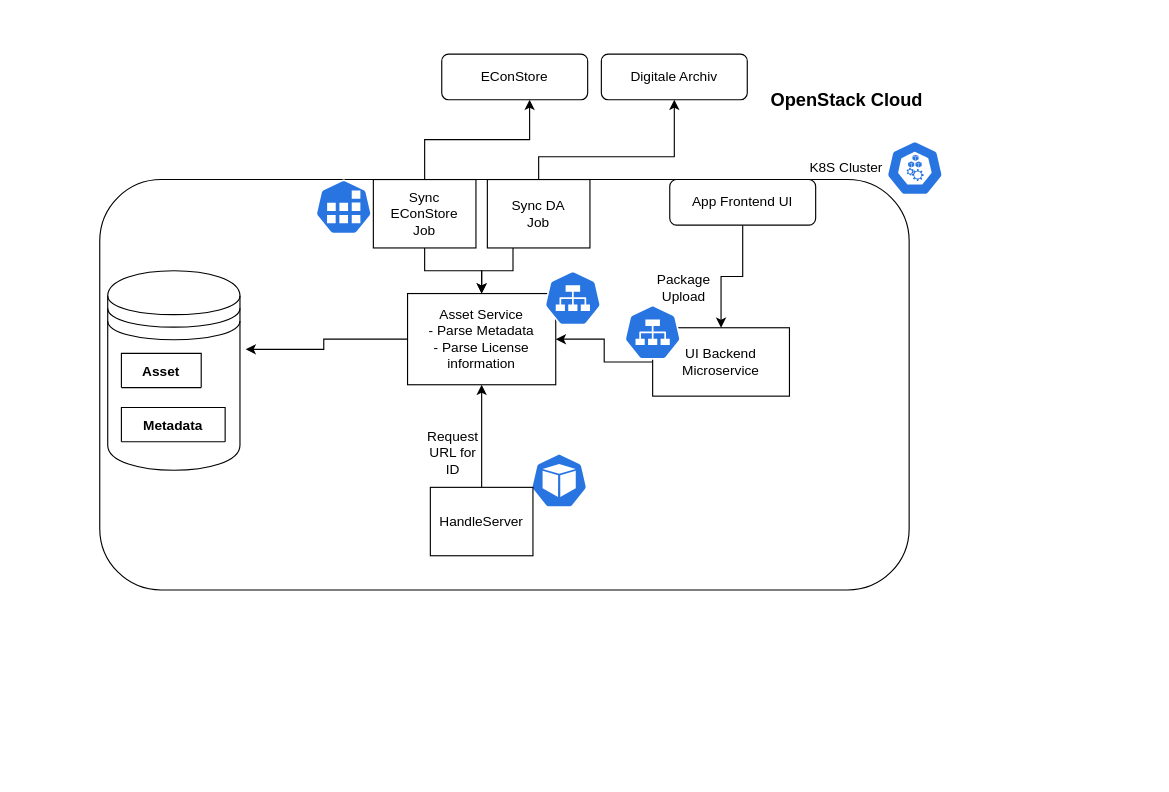
Earlier version of the draw.io diagram conception/design/architecture.drawio (zbw/lori). Source tidied: cells renumbered, new cells numbered last; positions are measured from the earlier drawing's top-left corner, leaving out a move shared by most shapes. Both pictures are drawn from the tidied source at 114%, with x=0, y=0 at pixel (99, 54).
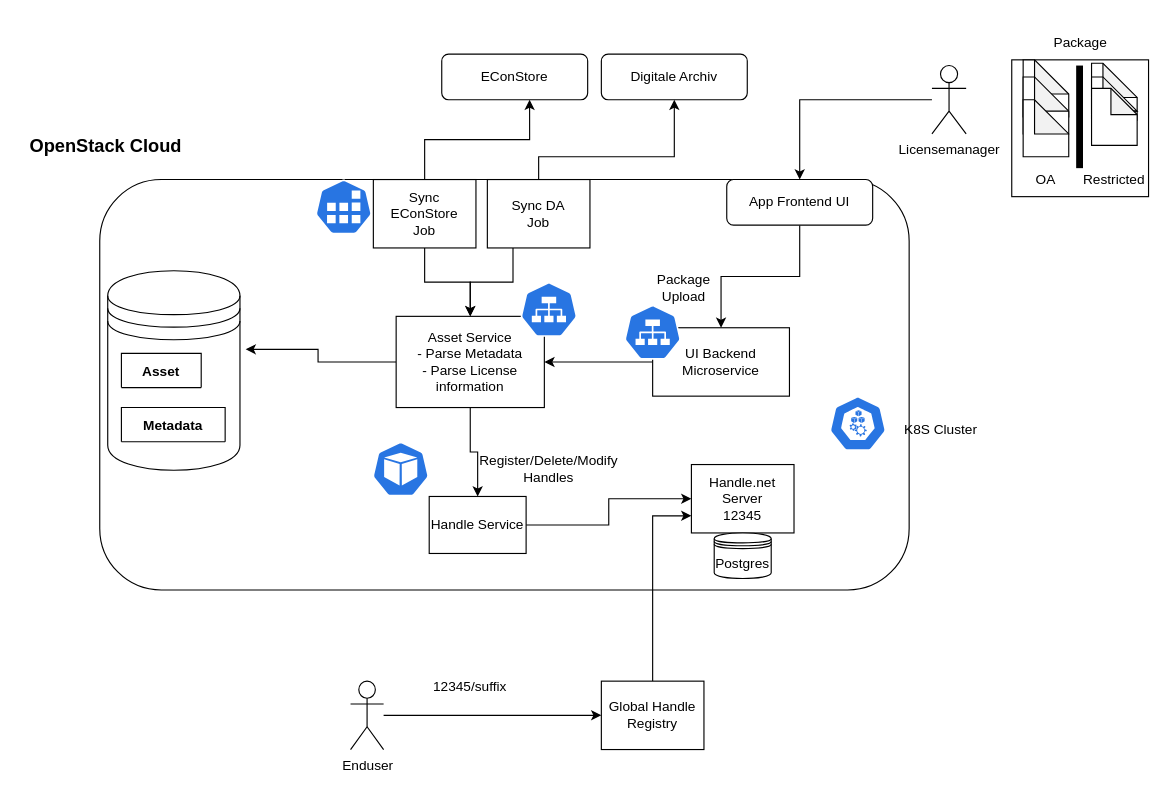
The same diagram, later.

Commit message:
Update conception draft

Diff of the diagram source:
```diff
@@
     <mxCell id="5" value="&lt;b&gt;&lt;font style=&quot;font-size: 16px&quot;&gt;OpenStack Cloud&lt;/font&gt;&lt;/b&gt;" style="text;html=1;align=center;verticalAlign=middle;strokeColor=none;" parent="1" vertex="1">
-      <mxGeometry x="580" y="30" width="150" height="20" as="geometry" />
+      <mxGeometry x="-70" y="70" width="150" height="20" as="geometry" />
     </mxCell>
@@
     <mxCell id="7" value="App Frontend UI" style="rounded=1;whiteSpace=wrap;html=1;" parent="1" vertex="1">
-      <mxGeometry x="500" y="110" width="128" height="40" as="geometry" />
+      <mxGeometry x="550" y="110" width="128" height="40" as="geometry" />
     </mxCell>
@@
-    <mxCell id="9" style="edgeStyle=orthogonalEdgeStyle;rounded=0;jettySize=auto;html=1;entryX=0.5;entryY=0;entryDx=0;entryDy=0;startArrow=classic;startFill=1;endArrow=none;endFill=0;" parent="1" edge="1" source="10" target="17">
-      <mxGeometry relative="1" as="geometry" />
-    </mxCell>
+    <mxCell id="31" style="edgeStyle=orthogonalEdgeStyle;rounded=0;jettySize=auto;html=1;" parent="1" edge="1" source="10" target="33">
+      <mxGeometry relative="1" as="geometry" />
+    </mxCell>
     <mxCell id="10" value="&lt;div&gt;Asset Service&lt;/div&gt;&lt;div&gt;- Parse Metadata&lt;br&gt;- Parse License information&lt;br&gt;&lt;/div&gt;" style="rounded=0;whiteSpace=wrap;html=1;" parent="1" vertex="1">
-      <mxGeometry x="270" y="210" width="130" height="80" as="geometry" />
+      <mxGeometry x="260" y="230" width="130" height="80" as="geometry" />
     </mxCell>
@@
     <mxCell id="15" style="html=1;dashed=0;whitespace=wrap;fillColor=#2875E2;strokeColor=#ffffff;shape=mxgraph.kubernetes.icon;prIcon=svc;" parent="1" vertex="1">
-      <mxGeometry x="390" y="190" width="50" height="48" as="geometry" />
+      <mxGeometry x="369" y="200" width="50" height="48" as="geometry" />
     </mxCell>
     <mxCell id="16" style="html=1;dashed=0;whitespace=wrap;fillColor=#2875E2;strokeColor=#ffffff;shape=mxgraph.kubernetes.icon;prIcon=pod;" parent="1" vertex="1">
-      <mxGeometry x="378" y="350" width="50" height="48" as="geometry" />
+      <mxGeometry x="239" y="340" width="50" height="48" as="geometry" />
     </mxCell>
-    <mxCell id="17" value="HandleServer" style="rounded=0;whiteSpace=wrap;html=1;" parent="1" vertex="1">
-      <mxGeometry x="290" y="380" width="90" height="60" as="geometry" />
+    <mxCell id="17" value="&lt;div&gt;Handle.net&lt;/div&gt;&lt;div&gt;Server&lt;/div&gt;&lt;div&gt;12345&lt;br&gt;&lt;/div&gt;" style="rounded=0;whiteSpace=wrap;html=1;" parent="1" vertex="1">
+      <mxGeometry x="519" y="360" width="90" height="60" as="geometry" />
     </mxCell>
@@
     <mxCell id="23" style="html=1;dashed=0;whitespace=wrap;fillColor=#2875E2;strokeColor=#ffffff;shape=mxgraph.kubernetes.icon;prIcon=node;" parent="1" vertex="1">
-      <mxGeometry x="690" y="76" width="50" height="48" as="geometry" />
+      <mxGeometry x="640" y="300" width="50" height="48" as="geometry" />
     </mxCell>
     <mxCell id="24" value="K8S Cluster" style="text;html=1;strokeColor=none;fillColor=none;align=center;verticalAlign=middle;whiteSpace=wrap;rounded=0;" parent="1" vertex="1">
-      <mxGeometry x="620" y="90" width="70" height="20" as="geometry" />
+      <mxGeometry x="703" y="320" width="70" height="20" as="geometry" />
     </mxCell>
@@
-    <mxCell id="30" value="Request URL for ID" style="text;html=1;strokeColor=none;fillColor=none;align=center;verticalAlign=middle;whiteSpace=wrap;rounded=0;" parent="1" vertex="1">
-      <mxGeometry x="290" y="340" width="40" height="20" as="geometry" />
-    </mxCell>
+    <mxCell id="32" style="edgeStyle=orthogonalEdgeStyle;rounded=0;jettySize=auto;html=1;entryX=0;entryY=0.5;entryDx=0;entryDy=0;" parent="1" edge="1" source="33" target="17">
+      <mxGeometry relative="1" as="geometry" />
+    </mxCell>
+    <mxCell id="33" value="Handle Service" style="rounded=0;whiteSpace=wrap;html=1;" parent="1" vertex="1">
+      <mxGeometry x="289" y="388" width="85" height="50" as="geometry" />
+    </mxCell>
+    <mxCell id="34" value="Postgres" style="shape=datastore;whiteSpace=wrap;html=1;" parent="1" vertex="1">
+      <mxGeometry x="539" y="420" width="50" height="40" as="geometry" />
+    </mxCell>
+    <mxCell id="35" value="Register/Delete/Modify Handles" style="text;html=1;strokeColor=none;fillColor=none;align=center;verticalAlign=middle;whiteSpace=wrap;rounded=0;" parent="1" vertex="1">
+      <mxGeometry x="374" y="354" width="40" height="20" as="geometry" />
+    </mxCell>
+    <mxCell id="36" style="whiteSpace=wrap;html=1;" parent="1" vertex="1">
+      <mxGeometry x="800" y="5" width="120" height="120" as="geometry" />
+    </mxCell>
+    <mxCell id="37" style="edgeStyle=orthogonalEdgeStyle;rounded=0;jettySize=auto;html=1;" parent="1" edge="1" source="38" target="7">
+      <mxGeometry relative="1" as="geometry" />
+    </mxCell>
+    <mxCell id="38" value="Licensemanager" style="shape=umlActor;verticalLabelPosition=bottom;verticalAlign=top;html=1;outlineConnect=0;" parent="1" vertex="1">
+      <mxGeometry x="730" y="10" width="30" height="60" as="geometry" />
+    </mxCell>
+    <mxCell id="39" style="edgeStyle=orthogonalEdgeStyle;rounded=0;jettySize=auto;html=1;entryX=0;entryY=0.75;entryDx=0;entryDy=0;" parent="1" edge="1" source="40" target="17">
+      <mxGeometry relative="1" as="geometry" />
+    </mxCell>
+    <mxCell id="40" value="Global Handle Registry" style="rounded=0;whiteSpace=wrap;html=1;" parent="1" vertex="1">
+      <mxGeometry x="440" y="550" width="90" height="60" as="geometry" />
+    </mxCell>
+    <mxCell id="41" style="edgeStyle=orthogonalEdgeStyle;rounded=0;jettySize=auto;html=1;" parent="1" edge="1" source="42" target="40">
+      <mxGeometry relative="1" as="geometry" />
+    </mxCell>
+    <mxCell id="42" value="Enduser" style="shape=umlActor;verticalLabelPosition=bottom;verticalAlign=top;html=1;outlineConnect=0;" parent="1" vertex="1">
+      <mxGeometry x="220" y="550" width="29" height="60" as="geometry" />
+    </mxCell>
+    <mxCell id="43" value="12345/suffix" style="text;html=1;strokeColor=none;fillColor=none;align=center;verticalAlign=middle;whiteSpace=wrap;rounded=0;" parent="1" vertex="1">
+      <mxGeometry x="305" y="545" width="40" height="20" as="geometry" />
+    </mxCell>
+    <mxCell id="44" style="shape=note;whiteSpace=wrap;html=1;backgroundOutline=1;darkOpacity=0.05;" parent="1" vertex="1">
+      <mxGeometry x="810" y="5" width="40" height="50" as="geometry" />
+    </mxCell>
+    <mxCell id="45" value="Package" style="text;html=1;strokeColor=none;fillColor=none;align=center;verticalAlign=middle;whiteSpace=wrap;rounded=0;" parent="1" vertex="1">
+      <mxGeometry x="830.5" y="-30" width="59" height="40" as="geometry" />
+    </mxCell>
+    <mxCell id="46" style="shape=note;whiteSpace=wrap;html=1;backgroundOutline=1;darkOpacity=0.05;" parent="1" vertex="1">
+      <mxGeometry x="810" y="20" width="40" height="50" as="geometry" />
+    </mxCell>
+    <mxCell id="47" style="shape=note;whiteSpace=wrap;html=1;backgroundOutline=1;darkOpacity=0.05;" parent="1" vertex="1">
+      <mxGeometry x="810" y="40" width="40" height="50" as="geometry" />
+    </mxCell>
+    <mxCell id="48" style="shape=note;whiteSpace=wrap;html=1;backgroundOutline=1;darkOpacity=0.05;" parent="1" vertex="1">
+      <mxGeometry x="870" y="8" width="40" height="50" as="geometry" />
+    </mxCell>
+    <mxCell id="49" style="shape=note;whiteSpace=wrap;html=1;backgroundOutline=1;darkOpacity=0.05;" parent="1" vertex="1">
+      <mxGeometry x="870" y="20" width="40" height="30" as="geometry" />
+    </mxCell>
+    <mxCell id="50" style="shape=note;whiteSpace=wrap;html=1;backgroundOutline=1;darkOpacity=0.05;size=23;" parent="1" vertex="1">
+      <mxGeometry x="870" y="30" width="40" height="50" as="geometry" />
+    </mxCell>
+    <mxCell id="51" value="OA" style="text;html=1;strokeColor=none;fillColor=none;align=center;verticalAlign=middle;whiteSpace=wrap;rounded=0;" parent="1" vertex="1">
+      <mxGeometry x="810" y="100" width="40" height="20" as="geometry" />
+    </mxCell>
+    <mxCell id="52" value="Restricted" style="text;html=1;strokeColor=none;fillColor=none;align=center;verticalAlign=middle;whiteSpace=wrap;rounded=0;" parent="1" vertex="1">
+      <mxGeometry x="870" y="100" width="40" height="20" as="geometry" />
+    </mxCell>
+    <mxCell id="53" style="endArrow=none;html=1;strokeWidth=6;" parent="1" edge="1">
+      <mxGeometry relative="1" as="geometry">
+        <mxPoint x="859.5" y="100" as="sourcePoint" />
+        <mxPoint x="859.5" y="10" as="targetPoint" />
+      </mxGeometry>
+    </mxCell>
```
